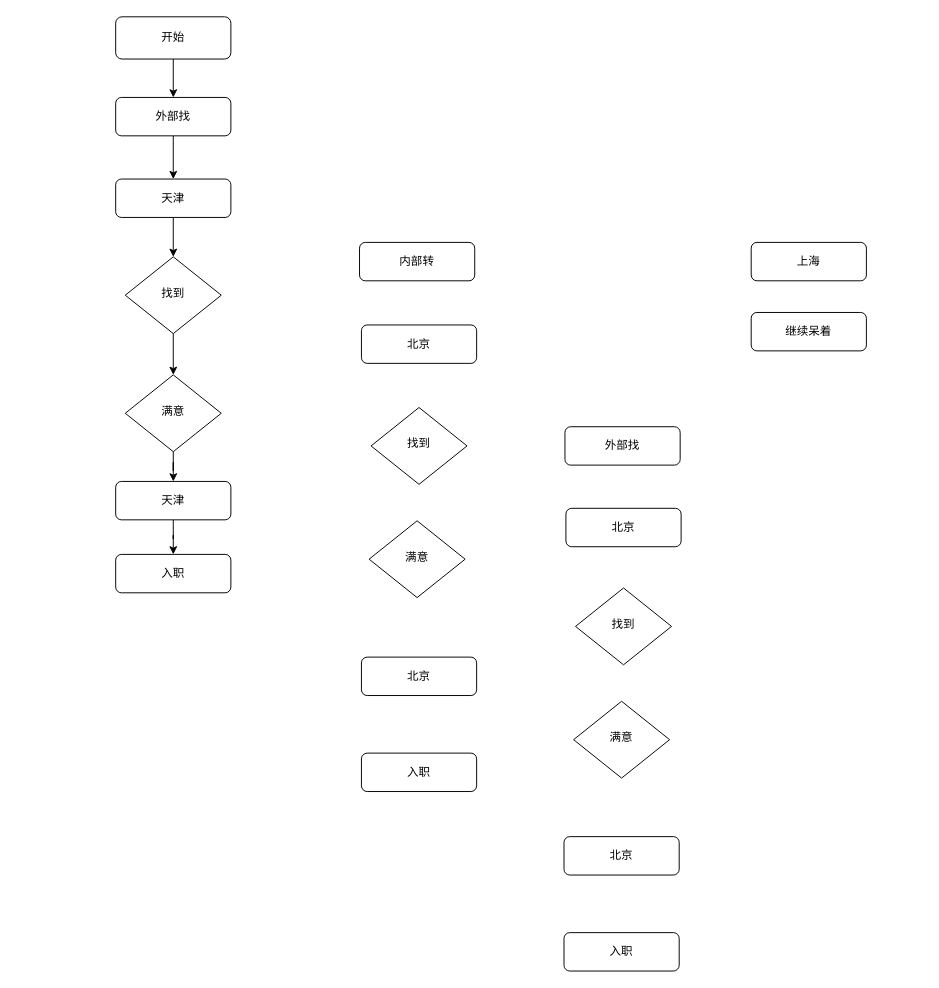
ljf0705/FlowPictureWithMorePoject keeps this draw.io diagram as CommonDragram/未命名绘图.drawio. Above is the earlier version. Source tidied: cells renumbered, new cells numbered last; positions are measured from the earlier drawing's top-left corner, leaving out a move shared by most shapes. Both pictures are drawn from the tidied source at 96%, with x=0, y=0 at pixel (115, 16).
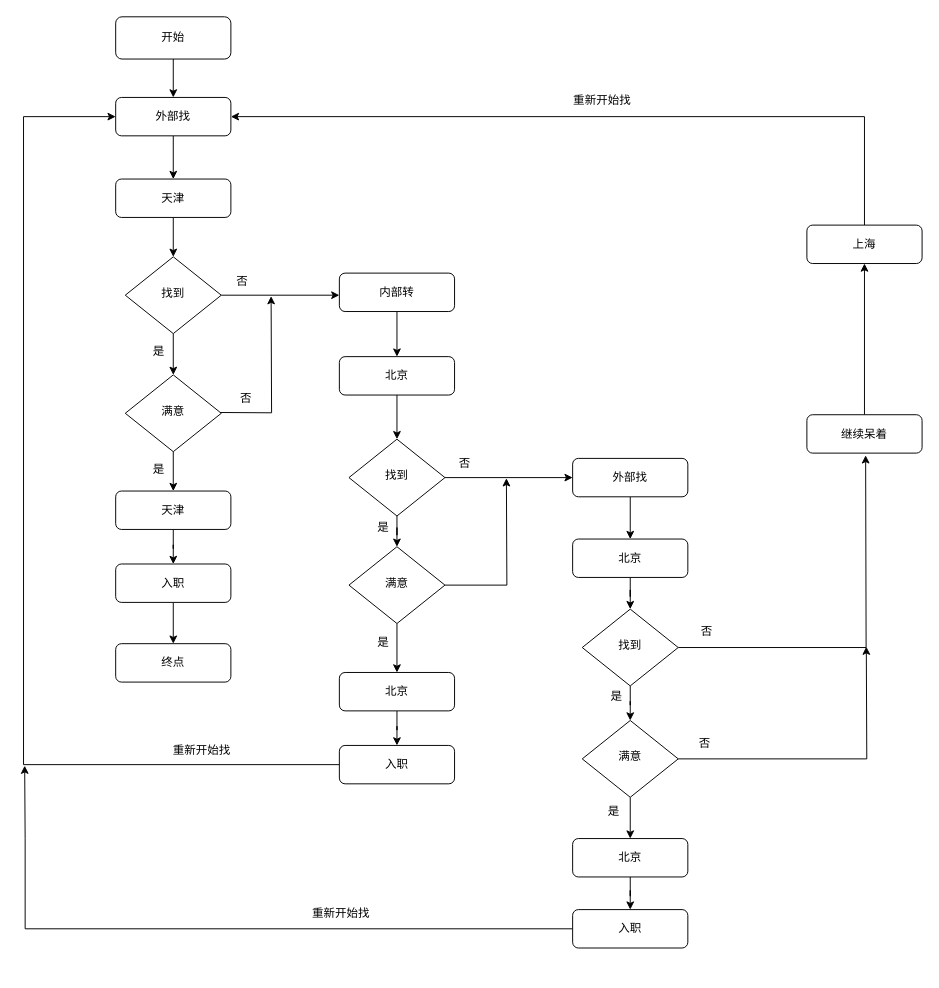
The same page after the edit.

Commit message (it also covers changes not shown here):
更新未命名绘图.drawio

The change refers to these unchanged cells:
```xml
<mxCell id="11" value="外部找" style="rounded=1;whiteSpace=wrap;html=1;fontSize=12;glass=0;strokeWidth=1;shadow=0;" parent="1" vertex="1">
  <mxGeometry y="84" width="120" height="40" as="geometry" />
</mxCell>
<mxCell id="13" value="找到" style="rhombus;whiteSpace=wrap;html=1;shadow=0;fontFamily=Helvetica;fontSize=12;align=center;strokeWidth=1;spacing=6;spacingTop=-4;" parent="1" vertex="1">
  <mxGeometry x="10" y="250" width="100" height="80" as="geometry" />
</mxCell>
```

What changed in the source:
```diff
@@
+    <mxCell id="29" style="edgeStyle=orthogonalEdgeStyle;rounded=0;jettySize=auto;html=1;" parent="1" edge="1" source="6" target="7">
+      <mxGeometry relative="1" as="geometry" />
+    </mxCell>
     <mxCell id="6" value="北京" style="rounded=1;whiteSpace=wrap;html=1;fontSize=12;glass=0;strokeWidth=1;shadow=0;" parent="1" vertex="1">
-      <mxGeometry x="256" y="667" width="120" height="40" as="geometry" />
+      <mxGeometry x="233" y="683" width="120" height="40" as="geometry" />
     </mxCell>
+    <mxCell id="30" style="edgeStyle=orthogonalEdgeStyle;rounded=0;jettySize=auto;html=1;entryX=0;entryY=0.5;entryDx=0;entryDy=0;" parent="1" edge="1" source="7" target="11">
+      <mxGeometry relative="1" as="geometry">
+        <Array as="points">
+          <mxPoint x="-96" y="779" />
+          <mxPoint x="-96" y="104" />
+        </Array>
+      </mxGeometry>
+    </mxCell>
     <mxCell id="7" value="入职" style="rounded=1;whiteSpace=wrap;html=1;fontSize=12;glass=0;strokeWidth=1;shadow=0;" parent="1" vertex="1">
-      <mxGeometry x="256" y="767" width="120" height="40" as="geometry" />
+      <mxGeometry x="233" y="759" width="120" height="40" as="geometry" />
     </mxCell>
+    <mxCell id="31" style="edgeStyle=orthogonalEdgeStyle;rounded=0;jettySize=auto;html=1;" parent="1" edge="1" source="8" target="21">
+      <mxGeometry relative="1" as="geometry" />
+    </mxCell>
     <mxCell id="8" value="内部转" style="rounded=1;whiteSpace=wrap;html=1;fontSize=12;glass=0;strokeWidth=1;shadow=0;" parent="1" vertex="1">
-      <mxGeometry x="254" y="235" width="120" height="40" as="geometry" />
+      <mxGeometry x="233" y="267" width="120" height="40" as="geometry" />
     </mxCell>
+    <mxCell id="32" style="edgeStyle=orthogonalEdgeStyle;rounded=0;jettySize=auto;html=1;" parent="1" edge="1" source="9" target="22">
+      <mxGeometry relative="1" as="geometry" />
+    </mxCell>
     <mxCell id="9" value="外部找" style="rounded=1;whiteSpace=wrap;html=1;fontSize=12;glass=0;strokeWidth=1;shadow=0;" parent="1" vertex="1">
-      <mxGeometry x="468" y="427" width="120" height="40" as="geometry" />
+      <mxGeometry x="476" y="460" width="120" height="40" as="geometry" />
     </mxCell>
@@
+    <mxCell id="33" style="edgeStyle=orthogonalEdgeStyle;rounded=0;jettySize=auto;html=1;entryX=0;entryY=0.575;entryDx=0;entryDy=0;entryPerimeter=0;" parent="1" edge="1" source="13" target="8">
+      <mxGeometry relative="1" as="geometry" />
+    </mxCell>
@@
     <mxCell id="15" value="天津" style="rounded=1;whiteSpace=wrap;html=1;fontSize=12;glass=0;strokeWidth=1;shadow=0;" parent="1" vertex="1">
-      <mxGeometry y="484" width="120" height="40" as="geometry" />
+      <mxGeometry y="494" width="120" height="40" as="geometry" />
     </mxCell>
+    <mxCell id="34" style="edgeStyle=orthogonalEdgeStyle;rounded=0;jettySize=auto;html=1;" parent="1" edge="1" source="16" target="64">
+      <mxGeometry relative="1" as="geometry" />
+    </mxCell>
     <mxCell id="16" value="入职" style="rounded=1;whiteSpace=wrap;html=1;fontSize=12;glass=0;strokeWidth=1;shadow=0;" parent="1" vertex="1">
-      <mxGeometry y="560" width="120" height="40" as="geometry" />
+      <mxGeometry y="570" width="120" height="40" as="geometry" />
     </mxCell>
@@
+    <mxCell id="35" style="edgeStyle=orthogonalEdgeStyle;rounded=0;orthogonalLoop=1;jettySize=auto;html=1;" parent="1" edge="1">
+      <mxGeometry relative="1" as="geometry">
+        <mxPoint x="75.9" y="412" as="sourcePoint" />
+        <mxPoint x="161.9" y="291" as="targetPoint" />
+      </mxGeometry>
+    </mxCell>
@@
+    <mxCell id="36" style="edgeStyle=orthogonalEdgeStyle;rounded=0;jettySize=auto;html=1;" parent="1" edge="1" source="19" target="20">
+      <mxGeometry relative="1" as="geometry" />
+    </mxCell>
+    <mxCell id="37" style="edgeStyle=orthogonalEdgeStyle;rounded=0;jettySize=auto;html=1;" parent="1" edge="1" source="19" target="9">
+      <mxGeometry relative="1" as="geometry" />
+    </mxCell>
     <mxCell id="19" value="找到" style="rhombus;whiteSpace=wrap;html=1;shadow=0;fontFamily=Helvetica;fontSize=12;align=center;strokeWidth=1;spacing=6;spacingTop=-4;" parent="1" vertex="1">
-      <mxGeometry x="266" y="407" width="100" height="80" as="geometry" />
+      <mxGeometry x="243" y="440" width="100" height="80" as="geometry" />
     </mxCell>
+    <mxCell id="38" style="edgeStyle=orthogonalEdgeStyle;rounded=0;jettySize=auto;html=1;" parent="1" edge="1" source="20" target="6">
+      <mxGeometry relative="1" as="geometry" />
+    </mxCell>
+    <mxCell id="39" style="edgeStyle=orthogonalEdgeStyle;rounded=0;jettySize=auto;html=1;" parent="1" edge="1" source="20">
+      <mxGeometry relative="1" as="geometry">
+        <mxPoint x="407" y="480.7" as="targetPoint" />
+      </mxGeometry>
+    </mxCell>
     <mxCell id="20" value="&lt;span&gt;满意&lt;/span&gt;" style="rhombus;whiteSpace=wrap;html=1;shadow=0;fontFamily=Helvetica;fontSize=12;align=center;strokeWidth=1;spacing=6;spacingTop=-4;" parent="1" vertex="1">
-      <mxGeometry x="264" y="525" width="100" height="80" as="geometry" />
+      <mxGeometry x="243" y="552" width="100" height="80" as="geometry" />
     </mxCell>
+    <mxCell id="40" style="edgeStyle=orthogonalEdgeStyle;rounded=0;jettySize=auto;html=1;" parent="1" edge="1" source="21" target="19">
+      <mxGeometry relative="1" as="geometry" />
+    </mxCell>
     <mxCell id="21" value="北京" style="rounded=1;whiteSpace=wrap;html=1;fontSize=12;glass=0;strokeWidth=1;shadow=0;" parent="1" vertex="1">
-      <mxGeometry x="256" y="321" width="120" height="40" as="geometry" />
+      <mxGeometry x="233" y="354" width="120" height="40" as="geometry" />
     </mxCell>
+    <mxCell id="41" style="edgeStyle=orthogonalEdgeStyle;rounded=0;jettySize=auto;html=1;" parent="1" edge="1" source="22" target="23">
+      <mxGeometry relative="1" as="geometry" />
+    </mxCell>
     <mxCell id="22" value="北京" style="rounded=1;whiteSpace=wrap;html=1;fontSize=12;glass=0;strokeWidth=1;shadow=0;" parent="1" vertex="1">
-      <mxGeometry x="469" y="512" width="120" height="40" as="geometry" />
+      <mxGeometry x="476" y="544" width="120" height="40" as="geometry" />
     </mxCell>
+    <mxCell id="42" style="edgeStyle=orthogonalEdgeStyle;rounded=0;jettySize=auto;html=1;" parent="1" edge="1" source="23" target="24">
+      <mxGeometry relative="1" as="geometry" />
+    </mxCell>
+    <mxCell id="43" style="edgeStyle=orthogonalEdgeStyle;rounded=0;jettySize=auto;html=1;" parent="1" edge="1" source="23">
+      <mxGeometry relative="1" as="geometry">
+        <mxPoint x="781.2" y="456.8" as="targetPoint" />
+      </mxGeometry>
+    </mxCell>
     <mxCell id="23" value="找到" style="rhombus;whiteSpace=wrap;html=1;shadow=0;fontFamily=Helvetica;fontSize=12;align=center;strokeWidth=1;spacing=6;spacingTop=-4;" parent="1" vertex="1">
-      <mxGeometry x="479" y="595" width="100" height="80" as="geometry" />
+      <mxGeometry x="486" y="617" width="100" height="80" as="geometry" />
     </mxCell>
+    <mxCell id="44" style="edgeStyle=orthogonalEdgeStyle;rounded=0;jettySize=auto;html=1;" parent="1" edge="1" source="24" target="25">
+      <mxGeometry relative="1" as="geometry" />
+    </mxCell>
+    <mxCell id="45" style="edgeStyle=orthogonalEdgeStyle;rounded=0;jettySize=auto;html=1;" parent="1" edge="1" source="24">
+      <mxGeometry relative="1" as="geometry">
+        <mxPoint x="781.9" y="656.1" as="targetPoint" />
+      </mxGeometry>
+    </mxCell>
     <mxCell id="24" value="&lt;span&gt;满意&lt;/span&gt;" style="rhombus;whiteSpace=wrap;html=1;shadow=0;fontFamily=Helvetica;fontSize=12;align=center;strokeWidth=1;spacing=6;spacingTop=-4;" parent="1" vertex="1">
-      <mxGeometry x="477" y="713" width="100" height="80" as="geometry" />
+      <mxGeometry x="486" y="733" width="100" height="80" as="geometry" />
     </mxCell>
+    <mxCell id="46" style="edgeStyle=orthogonalEdgeStyle;rounded=0;jettySize=auto;html=1;" parent="1" edge="1" source="25" target="26">
+      <mxGeometry relative="1" as="geometry" />
+    </mxCell>
     <mxCell id="25" value="北京" style="rounded=1;whiteSpace=wrap;html=1;fontSize=12;glass=0;strokeWidth=1;shadow=0;" parent="1" vertex="1">
-      <mxGeometry x="467" y="854" width="120" height="40" as="geometry" />
+      <mxGeometry x="476" y="856" width="120" height="40" as="geometry" />
     </mxCell>
+    <mxCell id="47" style="edgeStyle=orthogonalEdgeStyle;rounded=0;jettySize=auto;html=1;" parent="1" edge="1" source="26">
+      <mxGeometry relative="1" as="geometry">
+        <mxPoint x="-94.8" y="780.1" as="targetPoint" />
+      </mxGeometry>
+    </mxCell>
     <mxCell id="26" value="入职" style="rounded=1;whiteSpace=wrap;html=1;fontSize=12;glass=0;strokeWidth=1;shadow=0;" parent="1" vertex="1">
-      <mxGeometry x="467" y="954" width="120" height="40" as="geometry" />
+      <mxGeometry x="476" y="930" width="120" height="40" as="geometry" />
     </mxCell>
+    <mxCell id="48" style="edgeStyle=orthogonalEdgeStyle;rounded=0;jettySize=auto;html=1;entryX=1;entryY=0.5;entryDx=0;entryDy=0;exitX=0.5;exitY=0;exitDx=0;exitDy=0;" parent="1" edge="1" source="27" target="11">
+      <mxGeometry relative="1" as="geometry" />
+    </mxCell>
     <mxCell id="27" value="上海" style="rounded=1;whiteSpace=wrap;html=1;fontSize=12;glass=0;strokeWidth=1;shadow=0;" parent="1" vertex="1">
-      <mxGeometry x="662" y="235" width="120" height="40" as="geometry" />
+      <mxGeometry x="720" y="217" width="120" height="40" as="geometry" />
     </mxCell>
+    <mxCell id="49" style="edgeStyle=orthogonalEdgeStyle;rounded=0;jettySize=auto;html=1;" parent="1" edge="1" source="28" target="27">
+      <mxGeometry relative="1" as="geometry" />
+    </mxCell>
     <mxCell id="28" value="继续呆着" style="rounded=1;whiteSpace=wrap;html=1;fontSize=12;glass=0;strokeWidth=1;shadow=0;" parent="1" vertex="1">
-      <mxGeometry x="662" y="308" width="120" height="40" as="geometry" />
+      <mxGeometry x="720" y="414.5" width="120" height="40" as="geometry" />
     </mxCell>
+    <mxCell id="50" value="是" style="text;html=1;strokeColor=none;fillColor=none;align=center;verticalAlign=middle;whiteSpace=wrap;rounded=0;" parent="1" vertex="1">
+      <mxGeometry x="249" y="637" width="60" height="30" as="geometry" />
+    </mxCell>
+    <mxCell id="51" value="否" style="text;html=1;strokeColor=none;fillColor=none;align=center;verticalAlign=middle;whiteSpace=wrap;rounded=0;" parent="1" vertex="1">
+      <mxGeometry x="334" y="450" width="60" height="30" as="geometry" />
+    </mxCell>
+    <mxCell id="52" value="是" style="text;html=1;strokeColor=none;fillColor=none;align=center;verticalAlign=middle;whiteSpace=wrap;rounded=0;" parent="1" vertex="1">
+      <mxGeometry x="489" y="813" width="60" height="30" as="geometry" />
+    </mxCell>
+    <mxCell id="53" value="是" style="text;html=1;strokeColor=none;fillColor=none;align=center;verticalAlign=middle;whiteSpace=wrap;rounded=0;" parent="1" vertex="1">
+      <mxGeometry x="492" y="693" width="60" height="30" as="geometry" />
+    </mxCell>
+    <mxCell id="54" value="是" style="text;html=1;strokeColor=none;fillColor=none;align=center;verticalAlign=middle;whiteSpace=wrap;rounded=0;" parent="1" vertex="1">
+      <mxGeometry x="249" y="517" width="60" height="30" as="geometry" />
+    </mxCell>
+    <mxCell id="55" value="是" style="text;html=1;strokeColor=none;fillColor=none;align=center;verticalAlign=middle;whiteSpace=wrap;rounded=0;" parent="1" vertex="1">
+      <mxGeometry x="15" y="334" width="60" height="30" as="geometry" />
+    </mxCell>
+    <mxCell id="56" value="是" style="text;html=1;strokeColor=none;fillColor=none;align=center;verticalAlign=middle;whiteSpace=wrap;rounded=0;" parent="1" vertex="1">
+      <mxGeometry x="15" y="457" width="60" height="30" as="geometry" />
+    </mxCell>
+    <mxCell id="57" value="重新开始找" style="text;html=1;strokeColor=none;fillColor=none;align=center;verticalAlign=middle;whiteSpace=wrap;rounded=0;" parent="1" vertex="1">
+      <mxGeometry x="457" y="79" width="100" height="16" as="geometry" />
+    </mxCell>
+    <mxCell id="58" value="否" style="text;html=1;strokeColor=none;fillColor=none;align=center;verticalAlign=middle;whiteSpace=wrap;rounded=0;" parent="1" vertex="1">
+      <mxGeometry x="584" y="742" width="60" height="30" as="geometry" />
+    </mxCell>
+    <mxCell id="59" value="否" style="text;html=1;strokeColor=none;fillColor=none;align=center;verticalAlign=middle;whiteSpace=wrap;rounded=0;" parent="1" vertex="1">
+      <mxGeometry x="106" y="383" width="60" height="30" as="geometry" />
+    </mxCell>
+    <mxCell id="60" value="否" style="text;html=1;strokeColor=none;fillColor=none;align=center;verticalAlign=middle;whiteSpace=wrap;rounded=0;" parent="1" vertex="1">
+      <mxGeometry x="102" y="261" width="60" height="30" as="geometry" />
+    </mxCell>
+    <mxCell id="61" value="否" style="text;html=1;strokeColor=none;fillColor=none;align=center;verticalAlign=middle;whiteSpace=wrap;rounded=0;" parent="1" vertex="1">
+      <mxGeometry x="586" y="625" width="60" height="30" as="geometry" />
+    </mxCell>
+    <mxCell id="62" value="重新开始找" style="text;html=1;strokeColor=none;fillColor=none;align=center;verticalAlign=middle;whiteSpace=wrap;rounded=0;" parent="1" vertex="1">
+      <mxGeometry x="40" y="756" width="100" height="16" as="geometry" />
+    </mxCell>
+    <mxCell id="63" value="重新开始找" style="text;html=1;strokeColor=none;fillColor=none;align=center;verticalAlign=middle;whiteSpace=wrap;rounded=0;" parent="1" vertex="1">
+      <mxGeometry x="185" y="926" width="100" height="16" as="geometry" />
+    </mxCell>
+    <mxCell id="64" value="终点" style="rounded=1;whiteSpace=wrap;html=1;fontSize=12;glass=0;strokeWidth=1;shadow=0;" parent="1" vertex="1">
+      <mxGeometry y="653" width="120" height="40" as="geometry" />
+    </mxCell>
```
